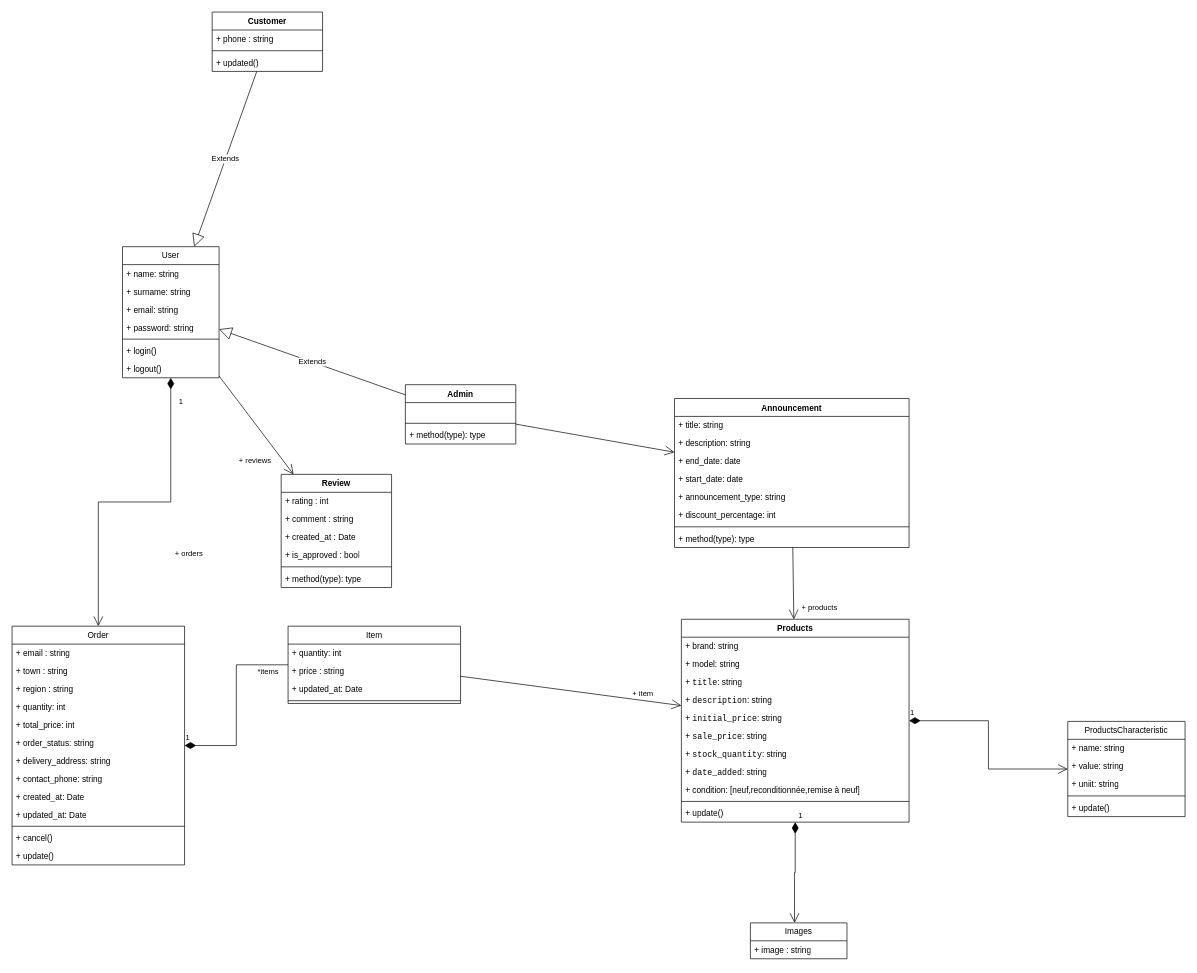
This is projects.drawio from Tomdieu/diagrams, a draw.io file, before an edit. Source tidied: cells renumbered, new cells numbered last; positions are measured from the earlier drawing's top-left corner, leaving out a move shared by most shapes. Both pictures are drawn from the tidied source at 69%, with x=0, y=0 at pixel (12, 12).
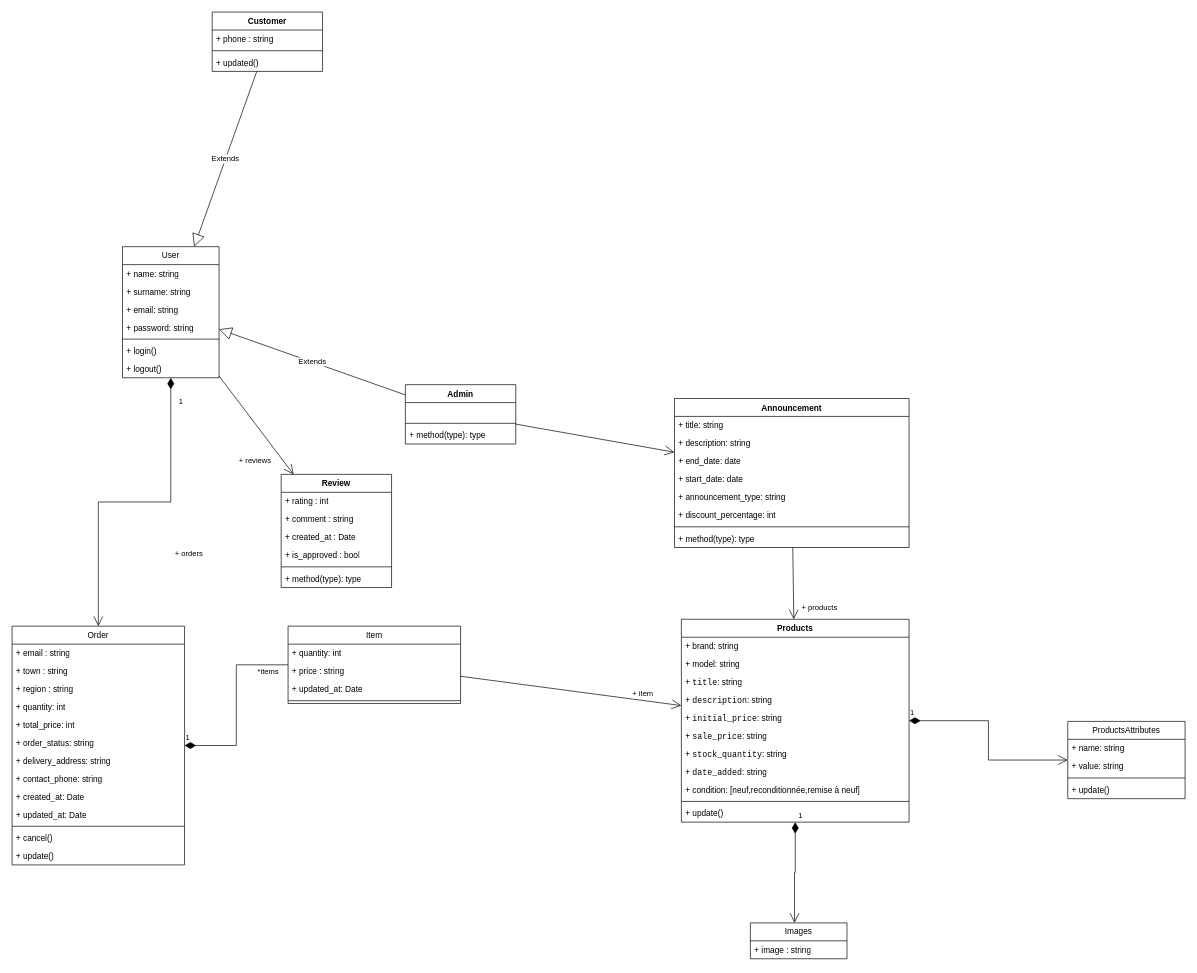
Above is the later version.

What changed in the source:
```diff
@@
-    <mxCell id="32" value="Products&lt;span class=&quot;hljs-title class_&quot;&gt;Characteristic&lt;/span&gt;" style="swimlane;fontStyle=0;horizontal=1;startSize=26;fillColor=none;whiteSpace=wrap;html=1;" parent="1" vertex="1">
-      <mxGeometry x="1530" y="1028" width="170" height="138" as="geometry" />
+    <mxCell id="32" value="ProductsAttributes" style="swimlane;fontStyle=0;horizontal=1;startSize=26;fillColor=none;whiteSpace=wrap;html=1;" parent="1" vertex="1">
+      <mxGeometry x="1530" y="1028" width="170" height="112" as="geometry" />
     </mxCell>
@@
-    <mxCell id="35" value="+ uniit: string" style="text;strokeColor=none;fillColor=none;align=left;verticalAlign=top;spacingLeft=4;spacingRight=4;overflow=hidden;whiteSpace=wrap;html=1;" parent="32" vertex="1">
-      <mxGeometry y="78" width="170" height="26" as="geometry" />
-    </mxCell>
     <mxCell id="36" style="line;strokeWidth=1;fillColor=none;align=left;verticalAlign=middle;spacingTop=-1;spacingLeft=3;spacingRight=3;labelPosition=right;strokeColor=inherit;" parent="32" vertex="1">
-      <mxGeometry y="104" width="170" height="8" as="geometry" />
+      <mxGeometry y="78" width="170" height="8" as="geometry" />
     </mxCell>
     <mxCell id="37" value="+ update()" style="text;strokeColor=none;fillColor=none;align=left;verticalAlign=top;spacingLeft=4;spacingRight=4;overflow=hidden;whiteSpace=wrap;html=1;" parent="32" vertex="1">
-      <mxGeometry y="112" width="170" height="26" as="geometry" />
+      <mxGeometry y="86" width="170" height="26" as="geometry" />
     </mxCell>
```
